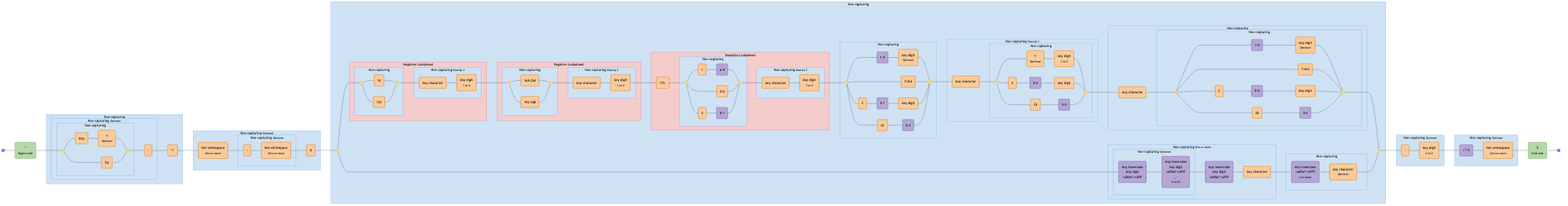
Before: diagrams/url-rfc3987.mermaid-diagram.png, a diagram exported from Mermaid (tayles/regex-to-mermaid). Its source is kept beside it as diagrams/url-rfc3987.mermaid. Source of this version:
```mermaid
graph LR
  accTitle: "Regex: /^(?:(?:(?:https?|ftp):)?\\/\\/)(?:\\S+(?::\\S*)?@)?(?:(?!(?:10|127)(?:\\.\\d{1,3}){3})(?!(?:169\\.254|192\\.168)(?:\\.\\d{1,3}){2})(?!172\\.(?:1[6-9]|2\\d|3[0-1])(?:\\.\\d{1,3}){2})(?:[1-9]\\d?|1\\d\\d|2[01]\\d|22[0-3])(?:\\.(?:1?\\d{1,2}|2[0-4]\\d|25[0-5])){2}(?:\\.(?:[1-9]\\d?|1\\d\\d|2[0-4]\\d|25[0-4]))|(?:(?:[a-z0-9\\u00a1-\\uffff][a-z0-9\\u00a1-\\uffff_-]{0,62})?[a-z0-9\\u00a1-\\uffff]\\.)+(?:[a-z\\u00a1-\\uffff]{2,}\\.?))(?::\\d{2,5})?(?:[/?#]\\S*)?$/i"
  accDescr: "Generated with regex-to-mermaid@1.0.3"

  start@{ shape: f-circ };
  fin@{ shape: f-circ };
  assertion_1("^<br><i><small>Begins with</small></i>"):::assertion;
  disjunction_begin_1:::disjunction@{ shape: f-circ };
  disjunction_end_1:::disjunction@{ shape: f-circ };
  literal_1("http"):::literal;
  literal_2("s<br><i><small>Optional</small></i>"):::literal;
  literal_3("ftp"):::literal;
  literal_4(":"):::literal;
  literal_5("//"):::literal;
  literal_6("Not whitespace<br><i><small>One or more</small></i>"):::literal;
  literal_7(":"):::literal;
  literal_8("Not whitespace<br><i><small>Zero or more</small></i>"):::literal;
  literal_9("@"):::literal;
  disjunction_begin_2:::disjunction@{ shape: f-circ };
  disjunction_end_2:::disjunction@{ shape: f-circ };
  disjunction_begin_3:::disjunction@{ shape: f-circ };
  disjunction_end_3:::disjunction@{ shape: f-circ };
  literal_10("10"):::literal;
  literal_11("127"):::literal;
  literal_12("Any character"):::literal;
  literal_13("Any digit<br><i><small>1 to 3</small></i>"):::literal;
  disjunction_begin_4:::disjunction@{ shape: f-circ };
  disjunction_end_4:::disjunction@{ shape: f-circ };
  literal_14("169.254"):::literal;
  literal_15("192.168"):::literal;
  literal_16("Any character"):::literal;
  literal_17("Any digit<br><i><small>1 to 3</small></i>"):::literal;
  literal_18("172."):::literal;
  disjunction_begin_5:::disjunction@{ shape: f-circ };
  disjunction_end_5:::disjunction@{ shape: f-circ };
  literal_19("1"):::literal;
  char_class_1("6-9"):::char-class;
  literal_20("2\d"):::literal;
  literal_21("3"):::literal;
  char_class_2("0-1"):::char-class;
  literal_22("Any character"):::literal;
  literal_23("Any digit<br><i><small>1 to 3</small></i>"):::literal;
  disjunction_begin_6:::disjunction@{ shape: f-circ };
  disjunction_end_6:::disjunction@{ shape: f-circ };
  char_class_3("1-9"):::char-class;
  literal_24("Any digit<br><i><small>Optional</small></i>"):::literal;
  literal_25("1\d\d"):::literal;
  literal_26("2"):::literal;
  char_class_4("0 1"):::char-class;
  literal_27("Any digit"):::literal;
  literal_28("22"):::literal;
  char_class_5("0-3"):::char-class;
  literal_29("Any character"):::literal;
  disjunction_begin_7:::disjunction@{ shape: f-circ };
  disjunction_end_7:::disjunction@{ shape: f-circ };
  literal_30("1<br><i><small>Optional</small></i>"):::literal;
  literal_31("Any digit<br><i><small>1 to 2</small></i>"):::literal;
  literal_32("2"):::literal;
  char_class_6("0-4"):::char-class;
  literal_33("Any digit"):::literal;
  literal_34("25"):::literal;
  char_class_7("0-5"):::char-class;
  literal_35("Any character"):::literal;
  disjunction_begin_8:::disjunction@{ shape: f-circ };
  disjunction_end_8:::disjunction@{ shape: f-circ };
  char_class_8("1-9"):::char-class;
  literal_36("Any digit<br><i><small>Optional</small></i>"):::literal;
  literal_37("1\d\d"):::literal;
  literal_38("2"):::literal;
  char_class_9("0-4"):::char-class;
  literal_39("Any digit"):::literal;
  literal_40("25"):::literal;
  char_class_10("0-4"):::char-class;
  char_class_11("Any lowercase<br>Any digit<br>\u00a1-\uffff"):::char-class;
  char_class_12("Any lowercase<br>Any digit<br>\u00a1-\uffff<br>_ -<br><i><small>0 to 62</small></i>"):::char-class;
  char_class_13("Any lowercase<br>Any digit<br>\u00a1-\uffff"):::char-class;
  literal_41("Any character"):::literal;
  char_class_14("Any lowercase<br>\u00a1-\uffff<br><i><small>2 or more</small></i>"):::char-class;
  literal_42("Any character<br><i><small>Optional</small></i>"):::literal;
  literal_43(":"):::literal;
  literal_44("Any digit<br><i><small>2 to 5</small></i>"):::literal;
  char_class_15("/ ? #"):::char-class;
  literal_45("Not whitespace<br><i><small>Zero or more</small></i>"):::literal;
  assertion_2("$<br><i><small>Ends with</small></i>"):::assertion;

  subgraph non_capturing_3 ["Non-capturing"]
    disjunction_begin_1
    disjunction_end_1
    literal_1
    literal_2
    literal_3
  end

  subgraph non_capturing_2 ["Non-capturing <small><i>Optional</i></small>"]
    non_capturing_3
    literal_4
  end

  subgraph non_capturing_1 ["Non-capturing"]
    non_capturing_3
    non_capturing_2
    literal_5
  end

  subgraph non_capturing_5 ["Non-capturing <small><i>Optional</i></small>"]
    literal_7
    literal_8
  end

  subgraph non_capturing_4 ["Non-capturing <small><i>Optional</i></small>"]
    non_capturing_5
    literal_6
    literal_9
  end

  subgraph non_capturing_7 ["Non-capturing"]
    disjunction_begin_3
    disjunction_end_3
    literal_10
    literal_11
  end

  subgraph non_capturing_8 ["Non-capturing <small><i>Exactly 3</i></small>"]
    literal_12
    literal_13
  end

  subgraph negative_lookahead_1 ["Negative Lookahead"]
    non_capturing_7
    non_capturing_8
  end

  subgraph non_capturing_9 ["Non-capturing"]
    disjunction_begin_4
    disjunction_end_4
    literal_14
    literal_15
  end

  subgraph non_capturing_10 ["Non-capturing <small><i>Exactly 2</i></small>"]
    literal_16
    literal_17
  end

  subgraph negative_lookahead_2 ["Negative Lookahead"]
    non_capturing_9
    non_capturing_10
  end

  subgraph non_capturing_11 ["Non-capturing"]
    disjunction_begin_5
    disjunction_end_5
    literal_19
    char_class_1
    literal_20
    literal_21
    char_class_2
  end

  subgraph non_capturing_12 ["Non-capturing <small><i>Exactly 2</i></small>"]
    literal_22
    literal_23
  end

  subgraph negative_lookahead_3 ["Negative Lookahead"]
    non_capturing_11
    non_capturing_12
    literal_18
  end

  subgraph non_capturing_13 ["Non-capturing"]
    disjunction_begin_6
    disjunction_end_6
    char_class_3
    literal_24
    literal_25
    literal_26
    char_class_4
    literal_27
    literal_28
    char_class_5
  end

  subgraph non_capturing_15 ["Non-capturing"]
    disjunction_begin_7
    disjunction_end_7
    literal_30
    literal_31
    literal_32
    char_class_6
    literal_33
    literal_34
    char_class_7
  end

  subgraph non_capturing_14 ["Non-capturing <small><i>Exactly 2</i></small>"]
    non_capturing_15
    literal_29
  end

  subgraph non_capturing_17 ["Non-capturing"]
    disjunction_begin_8
    disjunction_end_8
    char_class_8
    literal_36
    literal_37
    literal_38
    char_class_9
    literal_39
    literal_40
    char_class_10
  end

  subgraph non_capturing_16 ["Non-capturing"]
    non_capturing_17
    literal_35
  end

  subgraph non_capturing_19 ["Non-capturing <small><i>Optional</i></small>"]
    char_class_11
    char_class_12
  end

  subgraph non_capturing_18 ["Non-capturing <small><i>One or more</i></small>"]
    non_capturing_19
    char_class_13
    literal_41
  end

  subgraph non_capturing_20 ["Non-capturing"]
    char_class_14
    literal_42
  end

  subgraph non_capturing_6 ["Non-capturing"]
    non_capturing_7
    non_capturing_8
    negative_lookahead_1
    non_capturing_9
    non_capturing_10
    negative_lookahead_2
    non_capturing_11
    non_capturing_12
    negative_lookahead_3
    non_capturing_13
    non_capturing_15
    non_capturing_14
    non_capturing_17
    non_capturing_16
    non_capturing_19
    non_capturing_18
    non_capturing_20
    disjunction_begin_2
    disjunction_end_2
  end

  subgraph non_capturing_21 ["Non-capturing <small><i>Optional</i></small>"]
    literal_43
    literal_44
  end

  subgraph non_capturing_22 ["Non-capturing <small><i>Optional</i></small>"]
    char_class_15
    literal_45
  end

  start --- assertion_1;
  assertion_1 --- disjunction_begin_1;
  disjunction_begin_1 --- literal_1;
  literal_1 --- literal_2;
  literal_2 --- disjunction_end_1;
  disjunction_begin_1 --- literal_3;
  literal_3 --- disjunction_end_1;
  disjunction_end_1 --- literal_4;
  literal_4 --- literal_5;
  literal_5 --- literal_6;
  literal_6 --- literal_7;
  literal_7 --- literal_8;
  literal_8 --- literal_9;
  literal_9 --- disjunction_begin_2;
  disjunction_begin_2 --- disjunction_begin_3;
  disjunction_begin_3 --- literal_10;
  literal_10 --- disjunction_end_3;
  disjunction_begin_3 --- literal_11;
  literal_11 --- disjunction_end_3;
  disjunction_end_3 --- literal_12;
  literal_12 --- literal_13;
  literal_13 --- disjunction_begin_4;
  disjunction_begin_4 --- literal_14;
  literal_14 --- disjunction_end_4;
  disjunction_begin_4 --- literal_15;
  literal_15 --- disjunction_end_4;
  disjunction_end_4 --- literal_16;
  literal_16 --- literal_17;
  literal_17 --- literal_18;
  literal_18 --- disjunction_begin_5;
  disjunction_begin_5 --- literal_19;
  literal_19 --- char_class_1;
  char_class_1 --- disjunction_end_5;
  disjunction_begin_5 --- literal_20;
  literal_20 --- disjunction_end_5;
  disjunction_begin_5 --- literal_21;
  literal_21 --- char_class_2;
  char_class_2 --- disjunction_end_5;
  disjunction_end_5 --- literal_22;
  literal_22 --- literal_23;
  literal_23 --- disjunction_begin_6;
  disjunction_begin_6 --- char_class_3;
  char_class_3 --- literal_24;
  literal_24 --- disjunction_end_6;
  disjunction_begin_6 --- literal_25;
  literal_25 --- disjunction_end_6;
  disjunction_begin_6 --- literal_26;
  literal_26 --- char_class_4;
  char_class_4 --- literal_27;
  literal_27 --- disjunction_end_6;
  disjunction_begin_6 --- literal_28;
  literal_28 --- char_class_5;
  char_class_5 --- disjunction_end_6;
  disjunction_end_6 --- literal_29;
  literal_29 --- disjunction_begin_7;
  disjunction_begin_7 --- literal_30;
  literal_30 --- literal_31;
  literal_31 --- disjunction_end_7;
  disjunction_begin_7 --- literal_32;
  literal_32 --- char_class_6;
  char_class_6 --- literal_33;
  literal_33 --- disjunction_end_7;
  disjunction_begin_7 --- literal_34;
  literal_34 --- char_class_7;
  char_class_7 --- disjunction_end_7;
  disjunction_end_7 --- literal_35;
  literal_35 --- disjunction_begin_8;
  disjunction_begin_8 --- char_class_8;
  char_class_8 --- literal_36;
  literal_36 --- disjunction_end_8;
  disjunction_begin_8 --- literal_37;
  literal_37 --- disjunction_end_8;
  disjunction_begin_8 --- literal_38;
  literal_38 --- char_class_9;
  char_class_9 --- literal_39;
  literal_39 --- disjunction_end_8;
  disjunction_begin_8 --- literal_40;
  literal_40 --- char_class_10;
  char_class_10 --- disjunction_end_8;
  disjunction_end_8 --- disjunction_end_2;
  disjunction_begin_2 --- char_class_11;
  char_class_11 --- char_class_12;
  char_class_12 --- char_class_13;
  char_class_13 --- literal_41;
  literal_41 --- char_class_14;
  char_class_14 --- literal_42;
  literal_42 --- disjunction_end_2;
  disjunction_end_2 --- literal_43;
  literal_43 --- literal_44;
  literal_44 --- char_class_15;
  char_class_15 --- literal_45;
  literal_45 --- assertion_2;
  assertion_2 --- fin;

  classDef assertion fill:#B6D7A8,stroke:#93C47D,color:#000000;
  classDef disjunction fill:#FFD966,stroke:#F1C232,color:#000000;
  classDef literal fill:#F9CB9C,stroke:#E69138,color:#000000;
  classDef char-class fill:#B4A7D6,stroke:#8E7CC3,color:#000000;

  classDef non-capturing fill:#CFE2F3,stroke:#6D9EEB,color:#000000;
  classDef negative-lookahead fill:#F4CCCC,stroke:#E06666,color:#000000;

  class non_capturing_3,non_capturing_2,non_capturing_1,non_capturing_5,non_capturing_4,non_capturing_7,non_capturing_8,non_capturing_9,non_capturing_10,non_capturing_11,non_capturing_12,non_capturing_13,non_capturing_15,non_capturing_14,non_capturing_17,non_capturing_16,non_capturing_19,non_capturing_18,non_capturing_20,non_capturing_6,non_capturing_21,non_capturing_22 non-capturing;
  class negative_lookahead_1,negative_lookahead_2,negative_lookahead_3 negative-lookahead;
```
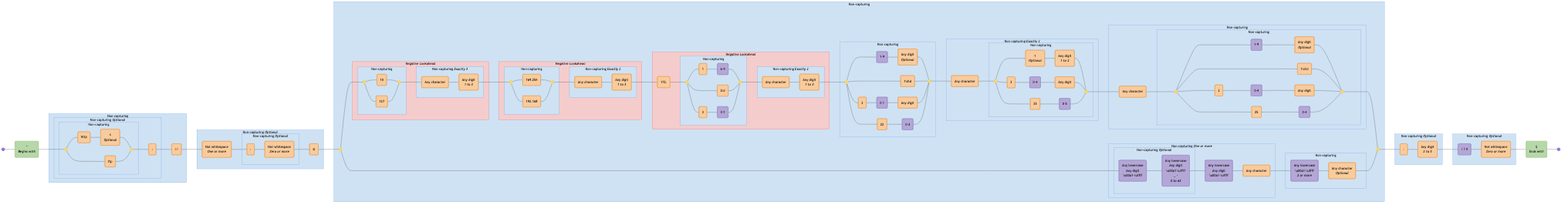
After the change.

The edit, as a diff of the source:
```diff
@@ -4,17 +4,17 @@
 
   start@{ shape: f-circ };
   fin@{ shape: f-circ };
-  assertion_1("^<br><i><small>Begins with</small></i>"):::assertion;
+  assertion_1("^<br><i>Begins with</i>"):::assertion;
   disjunction_begin_1:::disjunction@{ shape: f-circ };
   disjunction_end_1:::disjunction@{ shape: f-circ };
   literal_1("http"):::literal;
-  literal_2("s<br><i><small>Optional</small></i>"):::literal;
+  literal_2("s<br><i>Optional</i>"):::literal;
   literal_3("ftp"):::literal;
   literal_4(":"):::literal;
   literal_5("//"):::literal;
-  literal_6("Not whitespace<br><i><small>One or more</small></i>"):::literal;
+  literal_6("Not whitespace<br><i>One or more</i>"):::literal;
   literal_7(":"):::literal;
-  literal_8("Not whitespace<br><i><small>Zero or more</small></i>"):::literal;
+  literal_8("Not whitespace<br><i>Zero or more</i>"):::literal;
   literal_9("@"):::literal;
   disjunction_begin_2:::disjunction@{ shape: f-circ };
   disjunction_end_2:::disjunction@{ shape: f-circ };
@@ -23,13 +23,13 @@
   literal_10("10"):::literal;
   literal_11("127"):::literal;
   literal_12("Any character"):::literal;
-  literal_13("Any digit<br><i><small>1 to 3</small></i>"):::literal;
+  literal_13("Any digit<br><i>1 to 3</i>"):::literal;
   disjunction_begin_4:::disjunction@{ shape: f-circ };
   disjunction_end_4:::disjunction@{ shape: f-circ };
   literal_14("169.254"):::literal;
   literal_15("192.168"):::literal;
   literal_16("Any character"):::literal;
-  literal_17("Any digit<br><i><small>1 to 3</small></i>"):::literal;
+  literal_17("Any digit<br><i>1 to 3</i>"):::literal;
   literal_18("172."):::literal;
   disjunction_begin_5:::disjunction@{ shape: f-circ };
   disjunction_end_5:::disjunction@{ shape: f-circ };
@@ -39,11 +39,11 @@
   literal_21("3"):::literal;
   char_class_2("0-1"):::char-class;
   literal_22("Any character"):::literal;
-  literal_23("Any digit<br><i><small>1 to 3</small></i>"):::literal;
+  literal_23("Any digit<br><i>1 to 3</i>"):::literal;
   disjunction_begin_6:::disjunction@{ shape: f-circ };
   disjunction_end_6:::disjunction@{ shape: f-circ };
   char_class_3("1-9"):::char-class;
-  literal_24("Any digit<br><i><small>Optional</small></i>"):::literal;
+  literal_24("Any digit<br><i>Optional</i>"):::literal;
   literal_25("1\d\d"):::literal;
   literal_26("2"):::literal;
   char_class_4("0 1"):::char-class;
@@ -53,8 +53,8 @@
   literal_29("Any character"):::literal;
   disjunction_begin_7:::disjunction@{ shape: f-circ };
   disjunction_end_7:::disjunction@{ shape: f-circ };
-  literal_30("1<br><i><small>Optional</small></i>"):::literal;
-  literal_31("Any digit<br><i><small>1 to 2</small></i>"):::literal;
+  literal_30("1<br><i>Optional</i>"):::literal;
+  literal_31("Any digit<br><i>1 to 2</i>"):::literal;
   literal_32("2"):::literal;
   char_class_6("0-4"):::char-class;
   literal_33("Any digit"):::literal;
@@ -64,7 +64,7 @@
   disjunction_begin_8:::disjunction@{ shape: f-circ };
   disjunction_end_8:::disjunction@{ shape: f-circ };
   char_class_8("1-9"):::char-class;
-  literal_36("Any digit<br><i><small>Optional</small></i>"):::literal;
+  literal_36("Any digit<br><i>Optional</i>"):::literal;
   literal_37("1\d\d"):::literal;
   literal_38("2"):::literal;
   char_class_9("0-4"):::char-class;
@@ -72,16 +72,16 @@
   literal_40("25"):::literal;
   char_class_10("0-4"):::char-class;
   char_class_11("Any lowercase<br>Any digit<br>\u00a1-\uffff"):::char-class;
-  char_class_12("Any lowercase<br>Any digit<br>\u00a1-\uffff<br>_ -<br><i><small>0 to 62</small></i>"):::char-class;
+  char_class_12("Any lowercase<br>Any digit<br>\u00a1-\uffff<br>_ -<br><i>0 to 62</i>"):::char-class;
   char_class_13("Any lowercase<br>Any digit<br>\u00a1-\uffff"):::char-class;
   literal_41("Any character"):::literal;
-  char_class_14("Any lowercase<br>\u00a1-\uffff<br><i><small>2 or more</small></i>"):::char-class;
-  literal_42("Any character<br><i><small>Optional</small></i>"):::literal;
+  char_class_14("Any lowercase<br>\u00a1-\uffff<br><i>2 or more</i>"):::char-class;
+  literal_42("Any character<br><i>Optional</i>"):::literal;
   literal_43(":"):::literal;
-  literal_44("Any digit<br><i><small>2 to 5</small></i>"):::literal;
+  literal_44("Any digit<br><i>2 to 5</i>"):::literal;
   char_class_15("/ ? #"):::char-class;
-  literal_45("Not whitespace<br><i><small>Zero or more</small></i>"):::literal;
-  assertion_2("$<br><i><small>Ends with</small></i>"):::assertion;
+  literal_45("Not whitespace<br><i>Zero or more</i>"):::literal;
+  assertion_2("$<br><i>Ends with</i>"):::assertion;
 
   subgraph non_capturing_3 ["Non-capturing"]
     disjunction_begin_1
@@ -91,7 +91,7 @@
     literal_3
   end
 
-  subgraph non_capturing_2 ["Non-capturing <small><i>Optional</i></small>"]
+  subgraph non_capturing_2 ["Non-capturing <i>Optional</i>"]
     non_capturing_3
     literal_4
   end
@@ -102,12 +102,12 @@
     literal_5
   end
 
-  subgraph non_capturing_5 ["Non-capturing <small><i>Optional</i></small>"]
+  subgraph non_capturing_5 ["Non-capturing <i>Optional</i>"]
     literal_7
     literal_8
   end
 
-  subgraph non_capturing_4 ["Non-capturing <small><i>Optional</i></small>"]
+  subgraph non_capturing_4 ["Non-capturing <i>Optional</i>"]
     non_capturing_5
     literal_6
     literal_9
@@ -120,7 +120,7 @@
     literal_11
   end
 
-  subgraph non_capturing_8 ["Non-capturing <small><i>Exactly 3</i></small>"]
+  subgraph non_capturing_8 ["Non-capturing <i>Exactly 3</i>"]
     literal_12
     literal_13
   end
@@ -137,7 +137,7 @@
     literal_15
   end
 
-  subgraph non_capturing_10 ["Non-capturing <small><i>Exactly 2</i></small>"]
+  subgraph non_capturing_10 ["Non-capturing <i>Exactly 2</i>"]
     literal_16
     literal_17
   end
@@ -157,7 +157,7 @@
     char_class_2
   end
 
-  subgraph non_capturing_12 ["Non-capturing <small><i>Exactly 2</i></small>"]
+  subgraph non_capturing_12 ["Non-capturing <i>Exactly 2</i>"]
     literal_22
     literal_23
   end
@@ -193,7 +193,7 @@
     char_class_7
   end
 
-  subgraph non_capturing_14 ["Non-capturing <small><i>Exactly 2</i></small>"]
+  subgraph non_capturing_14 ["Non-capturing <i>Exactly 2</i>"]
     non_capturing_15
     literal_29
   end
@@ -216,12 +216,12 @@
     literal_35
   end
 
-  subgraph non_capturing_19 ["Non-capturing <small><i>Optional</i></small>"]
+  subgraph non_capturing_19 ["Non-capturing <i>Optional</i>"]
     char_class_11
     char_class_12
   end
 
-  subgraph non_capturing_18 ["Non-capturing <small><i>One or more</i></small>"]
+  subgraph non_capturing_18 ["Non-capturing <i>One or more</i>"]
     non_capturing_19
     char_class_13
     literal_41
@@ -254,12 +254,12 @@
     disjunction_end_2
   end
 
-  subgraph non_capturing_21 ["Non-capturing <small><i>Optional</i></small>"]
+  subgraph non_capturing_21 ["Non-capturing <i>Optional</i>"]
     literal_43
     literal_44
   end
 
-  subgraph non_capturing_22 ["Non-capturing <small><i>Optional</i></small>"]
+  subgraph non_capturing_22 ["Non-capturing <i>Optional</i>"]
     char_class_15
     literal_45
   end
```
